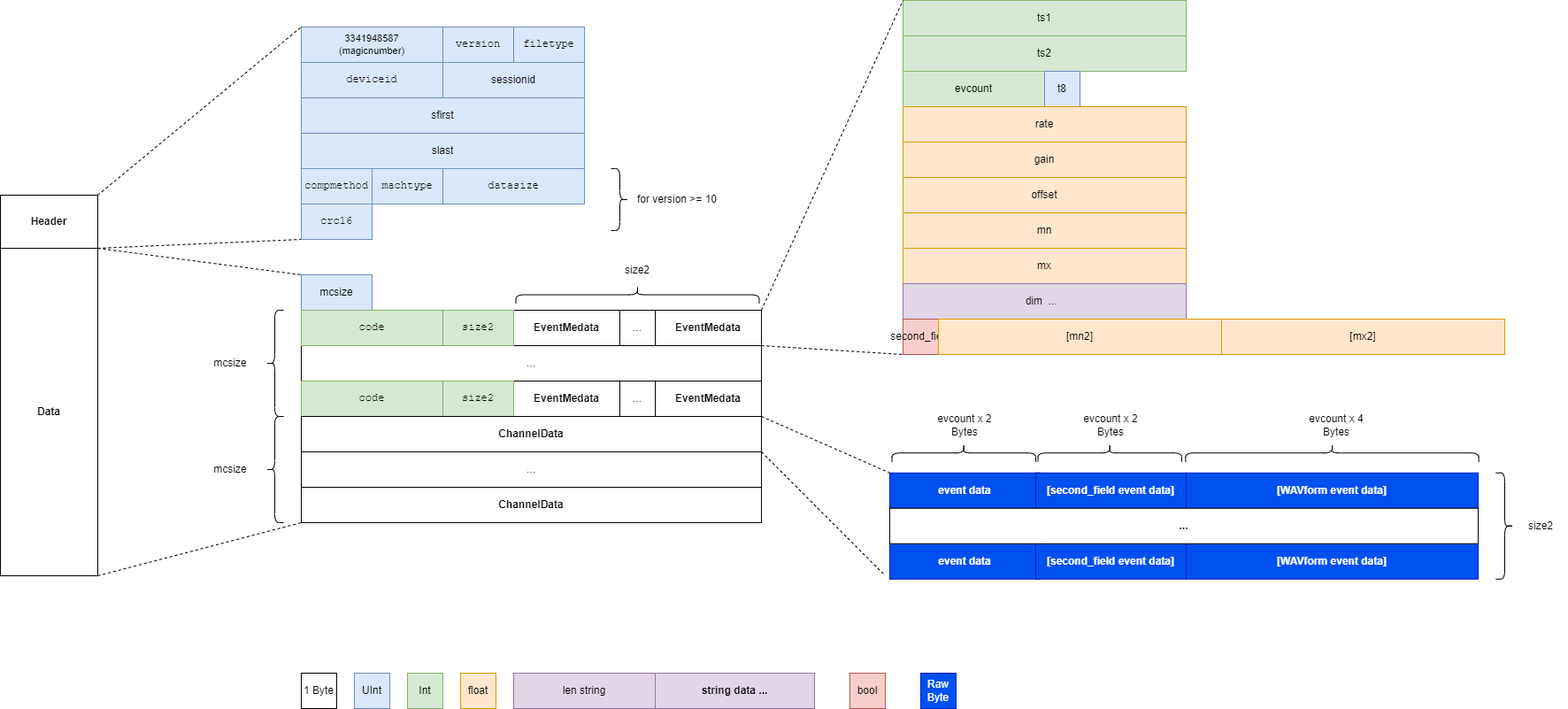
jlaumonier/apnea keeps this draw.io diagram as oscar_format.drawio.png. Above is the earlier version. Source tidied: cells renumbered, new cells last; positions are measured from the earlier drawing's top-left corner, leaving out a move shared by most shapes.
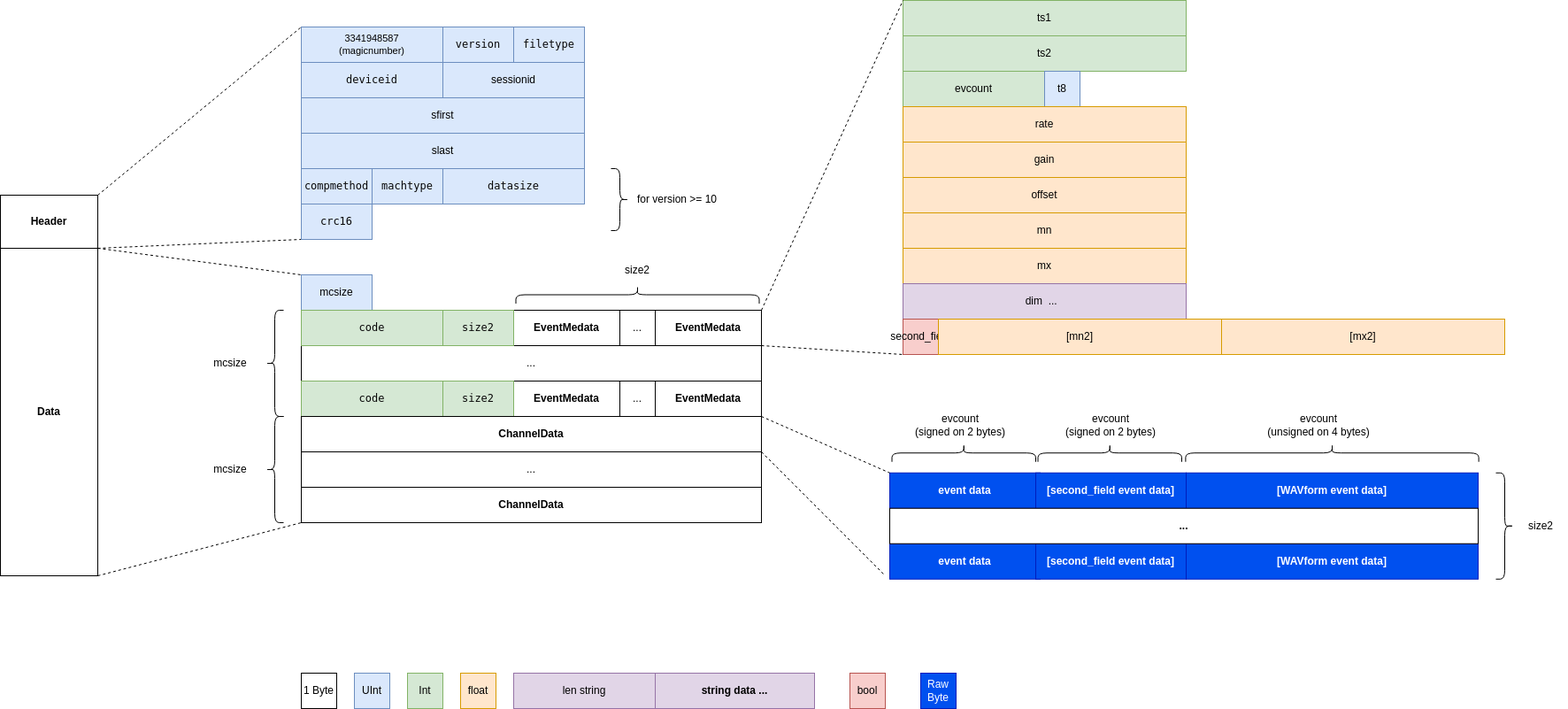
The same file after the commit.

Commit message:
Update format schema for data type precision

The edit, as a diff of the source:
```diff
@@ -199,8 +199,8 @@
     <mxCell id="66" style="shape=curlyBracket;whiteSpace=wrap;html=1;rounded=1;flipH=1;labelPosition=right;verticalLabelPosition=middle;align=left;verticalAlign=middle;rotation=-90;" parent="1" vertex="1">
       <mxGeometry x="1078.8" y="430" width="20" height="162.5" as="geometry" />
     </mxCell>
-    <mxCell id="67" value="evcount x 2 Bytes" style="text;html=1;strokeColor=none;fillColor=none;align=center;verticalAlign=middle;whiteSpace=wrap;rounded=0;" parent="1" vertex="1">
-      <mxGeometry x="1050" y="464.5" width="80" height="30" as="geometry" />
+    <mxCell id="67" value="evcount&lt;br&gt;(signed on 2 bytes)" style="text;html=1;strokeColor=none;fillColor=none;align=center;verticalAlign=middle;whiteSpace=wrap;rounded=0;" parent="1" vertex="1">
+      <mxGeometry x="1030" y="465" width="110" height="30" as="geometry" />
     </mxCell>
     <mxCell id="68" value="[second_field event data]" style="rounded=0;whiteSpace=wrap;html=1;fillColor=#0050ef;strokeColor=#001DBC;fontColor=#ffffff;fontStyle=1;" parent="1" vertex="1">
       <mxGeometry x="1170" y="533.8" width="170" height="40" as="geometry" />
@@ -211,8 +211,8 @@
     <mxCell id="70" style="shape=curlyBracket;whiteSpace=wrap;html=1;rounded=1;flipH=1;labelPosition=right;verticalLabelPosition=middle;align=left;verticalAlign=middle;rotation=-90;" parent="1" vertex="1">
       <mxGeometry x="1495" y="345.6" width="20" height="331.2" as="geometry" />
     </mxCell>
-    <mxCell id="71" value="evcount x 4 Bytes" style="text;html=1;strokeColor=none;fillColor=none;align=center;verticalAlign=middle;whiteSpace=wrap;rounded=0;" parent="1" vertex="1">
-      <mxGeometry x="1470" y="464.5" width="80" height="30" as="geometry" />
+    <mxCell id="71" value="evcount &lt;br&gt;(unsigned on 4 bytes)" style="text;html=1;strokeColor=none;fillColor=none;align=center;verticalAlign=middle;whiteSpace=wrap;rounded=0;" parent="1" vertex="1">
+      <mxGeometry x="1430" y="464.5" width="120" height="30" as="geometry" />
     </mxCell>
     <mxCell id="72" style="endArrow=none;dashed=1;html=1;rounded=0;exitX=1;exitY=1;exitDx=0;exitDy=0;entryX=0;entryY=0;entryDx=0;entryDy=0;" parent="1" edge="1" source="28" target="65">
       <mxGeometry relative="1" as="geometry" />
@@ -225,8 +225,8 @@
     <mxCell id="74" style="shape=curlyBracket;whiteSpace=wrap;html=1;rounded=1;flipH=1;labelPosition=right;verticalLabelPosition=middle;align=left;verticalAlign=middle;rotation=-90;" parent="1" vertex="1">
       <mxGeometry x="1243.8" y="430" width="20" height="162.5" as="geometry" />
     </mxCell>
-    <mxCell id="75" value="evcount x 2 Bytes" style="text;html=1;strokeColor=none;fillColor=none;align=center;verticalAlign=middle;whiteSpace=wrap;rounded=0;" parent="1" vertex="1">
-      <mxGeometry x="1215" y="464.5" width="80" height="30" as="geometry" />
+    <mxCell id="75" value="evcount &lt;br&gt;(signed on 2 bytes)" style="text;html=1;strokeColor=none;fillColor=none;align=center;verticalAlign=middle;whiteSpace=wrap;rounded=0;" parent="1" vertex="1">
+      <mxGeometry x="1200" y="464.5" width="110" height="30" as="geometry" />
     </mxCell>
     <mxCell id="76" value="event data" style="rounded=0;whiteSpace=wrap;html=1;fillColor=#0050ef;strokeColor=#001DBC;fontColor=#ffffff;fontStyle=1;" parent="1" vertex="1">
       <mxGeometry x="1005" y="613.8" width="170" height="40" as="geometry" />
```
